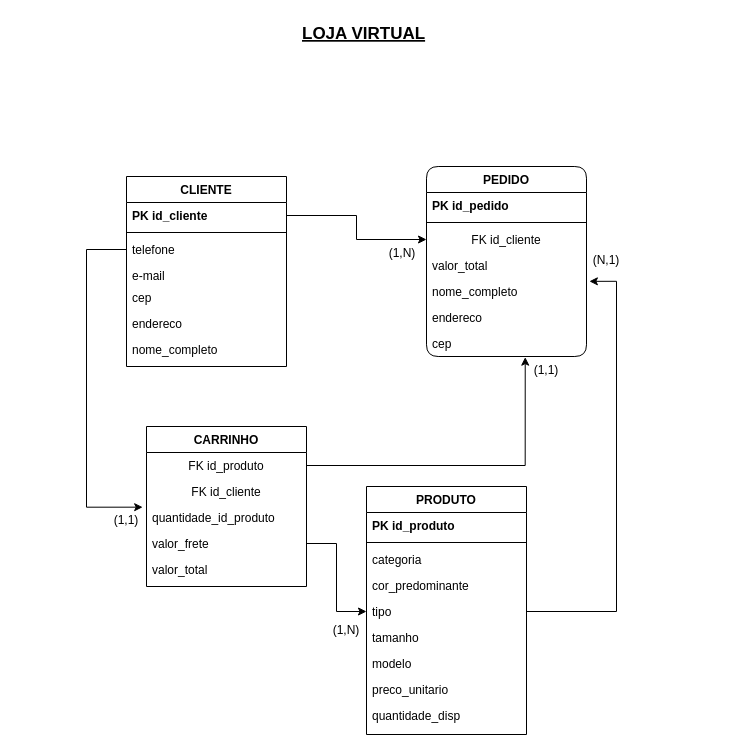
Earlier version of the draw.io diagram Diagrama sem nome.drawio (gustavo-plc/atlas). Source tidied: cells renumbered, new cells numbered last; positions are measured from the earlier drawing's top-left corner, leaving out a move shared by most shapes. Both pictures are drawn from the tidied source at 100%, with x=0, y=0 at pixel (86, 16).
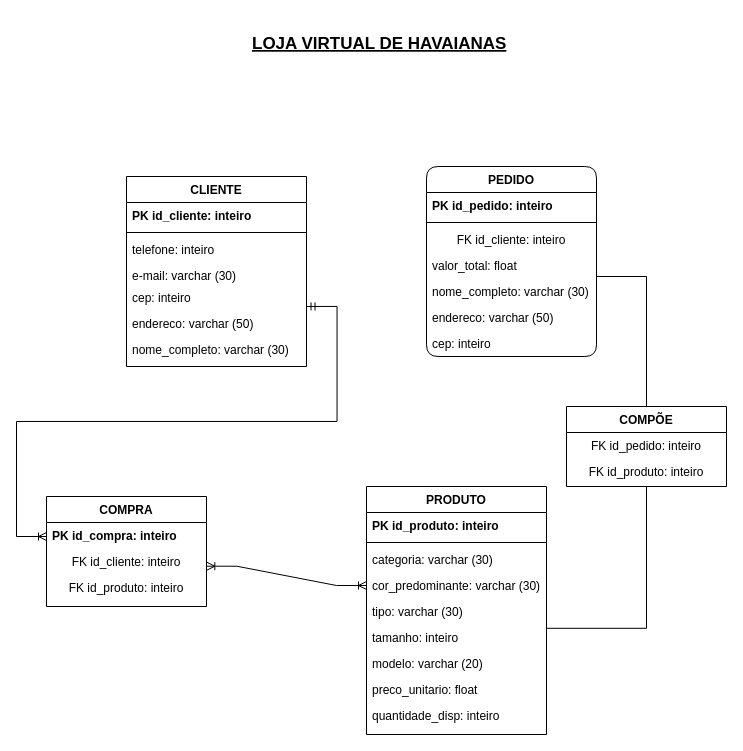
Above is the later version.

What changed in the source:
```diff
@@
     <mxCell id="2" value="CLIENTE" style="swimlane;fontStyle=1;align=center;verticalAlign=top;horizontal=1;startSize=26;rounded=0;shadow=0;strokeWidth=1;" parent="1" vertex="1">
-      <mxGeometry x="40" y="160" width="160" height="190" as="geometry" />
+      <mxGeometry x="40" y="160" width="180" height="190" as="geometry" />
     </mxCell>
-    <mxCell id="3" value="PK id_cliente" style="text;align=left;verticalAlign=top;spacingLeft=4;spacingRight=4;overflow=hidden;points=[[0,0.5],[1,0.5]];portConstraint=eastwest;fontStyle=1;" parent="2" vertex="1">
-      <mxGeometry y="26" width="160" height="26" as="geometry" />
+    <mxCell id="3" value="PK id_cliente: inteiro" style="text;align=left;verticalAlign=top;spacingLeft=4;spacingRight=4;overflow=hidden;points=[[0,0.5],[1,0.5]];portConstraint=eastwest;fontStyle=1;" parent="2" vertex="1">
+      <mxGeometry y="26" width="180" height="26" as="geometry" />
     </mxCell>
     <mxCell id="4" style="line;html=1;strokeWidth=1;align=left;verticalAlign=middle;spacingTop=-1;spacingLeft=3;spacingRight=3;labelPosition=right;" parent="2" vertex="1">
-      <mxGeometry y="52" width="160" height="8" as="geometry" />
+      <mxGeometry y="52" width="180" height="8" as="geometry" />
     </mxCell>
-    <mxCell id="5" value="telefone" style="text;align=left;verticalAlign=top;spacingLeft=4;spacingRight=4;overflow=hidden;points=[[0,0.5],[1,0.5]];portConstraint=eastwest;" parent="2" vertex="1">
-      <mxGeometry y="60" width="160" height="26" as="geometry" />
+    <mxCell id="5" value="telefone: inteiro" style="text;align=left;verticalAlign=top;spacingLeft=4;spacingRight=4;overflow=hidden;points=[[0,0.5],[1,0.5]];portConstraint=eastwest;" parent="2" vertex="1">
+      <mxGeometry y="60" width="180" height="26" as="geometry" />
     </mxCell>
-    <mxCell id="6" value="e-mail" style="text;align=left;verticalAlign=top;spacingLeft=4;spacingRight=4;overflow=hidden;" parent="2" vertex="1">
-      <mxGeometry y="86" width="160" height="22" as="geometry" />
+    <mxCell id="6" value="e-mail: varchar (30)" style="text;align=left;verticalAlign=top;spacingLeft=4;spacingRight=4;overflow=hidden;" parent="2" vertex="1">
+      <mxGeometry y="86" width="180" height="22" as="geometry" />
     </mxCell>
-    <mxCell id="7" value="cep" style="text;align=left;verticalAlign=top;spacingLeft=4;spacingRight=4;overflow=hidden;points=[[0,0.5],[1,0.5]];portConstraint=eastwest;" parent="2" vertex="1">
-      <mxGeometry y="108" width="160" height="26" as="geometry" />
+    <mxCell id="7" value="cep: inteiro" style="text;align=left;verticalAlign=top;spacingLeft=4;spacingRight=4;overflow=hidden;points=[[0,0.5],[1,0.5]];portConstraint=eastwest;" parent="2" vertex="1">
+      <mxGeometry y="108" width="180" height="26" as="geometry" />
     </mxCell>
-    <mxCell id="8" value="endereco" style="text;align=left;verticalAlign=top;spacingLeft=4;spacingRight=4;overflow=hidden;rounded=0;shadow=0;html=0;" parent="2" vertex="1">
-      <mxGeometry y="134" width="160" height="26" as="geometry" />
+    <mxCell id="8" value="endereco: varchar (50)" style="text;align=left;verticalAlign=top;spacingLeft=4;spacingRight=4;overflow=hidden;rounded=0;shadow=0;html=0;" parent="2" vertex="1">
+      <mxGeometry y="134" width="180" height="26" as="geometry" />
     </mxCell>
-    <mxCell id="9" value="nome_completo" style="text;align=left;verticalAlign=top;spacingLeft=4;spacingRight=4;overflow=hidden;rounded=0;shadow=0;html=0;" parent="2" vertex="1">
-      <mxGeometry y="160" width="160" height="26" as="geometry" />
+    <mxCell id="9" value="nome_completo: varchar (30)" style="text;align=left;verticalAlign=top;spacingLeft=4;spacingRight=4;overflow=hidden;rounded=0;shadow=0;html=0;" parent="2" vertex="1">
+      <mxGeometry y="160" width="180" height="26" as="geometry" />
     </mxCell>
-    <mxCell id="10" value="CARRINHO" style="swimlane;fontStyle=1;align=center;verticalAlign=top;horizontal=1;startSize=26;rounded=0;shadow=0;strokeWidth=1;" parent="1" vertex="1">
-      <mxGeometry x="60" y="410" width="160" height="160" as="geometry" />
-    </mxCell>
-    <mxCell id="11" value="FK id_produto" style="text;align=center;verticalAlign=top;spacingLeft=4;spacingRight=4;overflow=hidden;points=[[0,0.5],[1,0.5]];portConstraint=eastwest;" parent="10" vertex="1">
-      <mxGeometry y="26" width="160" height="26" as="geometry" />
-    </mxCell>
-    <mxCell id="12" value="FK id_cliente" style="text;align=center;verticalAlign=top;spacingLeft=4;spacingRight=4;overflow=hidden;" parent="10" vertex="1">
-      <mxGeometry y="52" width="160" height="26" as="geometry" />
-    </mxCell>
-    <mxCell id="13" value="quantidade_id_produto" style="text;align=left;verticalAlign=top;spacingLeft=4;spacingRight=4;overflow=hidden;points=[[0,0.5],[1,0.5]];portConstraint=eastwest;" parent="10" vertex="1">
-      <mxGeometry y="78" width="160" height="26" as="geometry" />
-    </mxCell>
-    <mxCell id="14" value="valor_frete" style="text;align=left;verticalAlign=top;spacingLeft=4;spacingRight=4;overflow=hidden;points=[[0,0.5],[1,0.5]];portConstraint=eastwest;" parent="10" vertex="1">
-      <mxGeometry y="104" width="160" height="26" as="geometry" />
-    </mxCell>
-    <mxCell id="15" value="valor_total" style="text;align=left;verticalAlign=top;spacingLeft=4;spacingRight=4;overflow=hidden;" parent="10" vertex="1">
-      <mxGeometry y="130" width="160" height="26" as="geometry" />
-    </mxCell>
     <mxCell id="16" value="PEDIDO" style="swimlane;fontStyle=1;align=center;verticalAlign=top;horizontal=1;startSize=26;rounded=1;shadow=0;strokeWidth=1;" parent="1" vertex="1">
-      <mxGeometry x="340" y="150" width="160" height="190" as="geometry" />
+      <mxGeometry x="340" y="150" width="170" height="190" as="geometry" />
     </mxCell>
-    <mxCell id="17" value="PK id_pedido" style="text;align=left;verticalAlign=top;spacingLeft=4;spacingRight=4;overflow=hidden;fontStyle=1;" parent="16" vertex="1">
-      <mxGeometry y="26" width="160" height="26" as="geometry" />
+    <mxCell id="17" value="PK id_pedido: inteiro" style="text;align=left;verticalAlign=top;spacingLeft=4;spacingRight=4;overflow=hidden;fontStyle=1;" parent="16" vertex="1">
+      <mxGeometry y="26" width="170" height="26" as="geometry" />
     </mxCell>
     <mxCell id="18" style="line;html=1;strokeWidth=1;align=left;verticalAlign=middle;spacingTop=-1;spacingLeft=3;spacingRight=3;labelPosition=right;" parent="16" vertex="1">
-      <mxGeometry y="52" width="160" height="8" as="geometry" />
+      <mxGeometry y="52" width="170" height="8" as="geometry" />
     </mxCell>
-    <mxCell id="19" value="FK id_cliente" style="text;align=center;verticalAlign=top;spacingLeft=4;spacingRight=4;overflow=hidden;points=[[0,0.5],[1,0.5]];portConstraint=eastwest;fontStyle=0;" parent="16" vertex="1">
-      <mxGeometry y="60" width="160" height="26" as="geometry" />
+    <mxCell id="19" value="FK id_cliente: inteiro" style="text;align=center;verticalAlign=top;spacingLeft=4;spacingRight=4;overflow=hidden;points=[[0,0.5],[1,0.5]];portConstraint=eastwest;fontStyle=0;" parent="16" vertex="1">
+      <mxGeometry y="60" width="170" height="26" as="geometry" />
     </mxCell>
-    <mxCell id="20" value="valor_total" style="text;align=left;verticalAlign=top;spacingLeft=4;spacingRight=4;overflow=hidden;points=[[0,0.5],[1,0.5]];portConstraint=eastwest;fontStyle=0;" parent="16" vertex="1">
-      <mxGeometry y="86" width="160" height="26" as="geometry" />
+    <mxCell id="20" value="valor_total: float" style="text;align=left;verticalAlign=top;spacingLeft=4;spacingRight=4;overflow=hidden;points=[[0,0.5],[1,0.5]];portConstraint=eastwest;fontStyle=0;" parent="16" vertex="1">
+      <mxGeometry y="86" width="170" height="26" as="geometry" />
     </mxCell>
-    <mxCell id="21" value="nome_completo" style="text;align=left;verticalAlign=top;spacingLeft=4;spacingRight=4;overflow=hidden;points=[[0,0.5],[1,0.5]];portConstraint=eastwest;fontStyle=0;" parent="16" vertex="1">
-      <mxGeometry y="112" width="160" height="26" as="geometry" />
+    <mxCell id="21" value="nome_completo: varchar (30)" style="text;align=left;verticalAlign=top;spacingLeft=4;spacingRight=4;overflow=hidden;points=[[0,0.5],[1,0.5]];portConstraint=eastwest;fontStyle=0;" parent="16" vertex="1">
+      <mxGeometry y="112" width="170" height="26" as="geometry" />
     </mxCell>
-    <mxCell id="22" value="endereco" style="text;align=left;verticalAlign=top;spacingLeft=4;spacingRight=4;overflow=hidden;fontStyle=0;" parent="16" vertex="1">
-      <mxGeometry y="138" width="160" height="26" as="geometry" />
+    <mxCell id="22" value="endereco: varchar (50)" style="text;align=left;verticalAlign=top;spacingLeft=4;spacingRight=4;overflow=hidden;fontStyle=0;" parent="16" vertex="1">
+      <mxGeometry y="138" width="170" height="26" as="geometry" />
     </mxCell>
-    <mxCell id="23" value="cep" style="text;align=left;verticalAlign=top;spacingLeft=4;spacingRight=4;overflow=hidden;points=[[0,0.5],[1,0.5]];portConstraint=eastwest;fontStyle=0;" parent="16" vertex="1">
-      <mxGeometry y="164" width="160" height="26" as="geometry" />
+    <mxCell id="23" value="cep: inteiro" style="text;align=left;verticalAlign=top;spacingLeft=4;spacingRight=4;overflow=hidden;points=[[0,0.5],[1,0.5]];portConstraint=eastwest;fontStyle=0;" parent="16" vertex="1">
+      <mxGeometry y="164" width="170" height="26" as="geometry" />
     </mxCell>
     <mxCell id="24" value="PRODUTO" style="swimlane;fontStyle=1;align=center;verticalAlign=top;horizontal=1;startSize=26;rounded=0;shadow=0;strokeWidth=1;" parent="1" vertex="1">
-      <mxGeometry x="280" y="470" width="160" height="248" as="geometry" />
+      <mxGeometry x="280" y="470" width="180" height="248" as="geometry" />
     </mxCell>
-    <mxCell id="25" value="PK id_produto" style="text;align=left;verticalAlign=top;spacingLeft=4;spacingRight=4;overflow=hidden;fontStyle=1;" parent="24" vertex="1">
-      <mxGeometry y="26" width="160" height="26" as="geometry" />
+    <mxCell id="25" value="PK id_produto: inteiro" style="text;align=left;verticalAlign=top;spacingLeft=4;spacingRight=4;overflow=hidden;fontStyle=1;" parent="24" vertex="1">
+      <mxGeometry y="26" width="180" height="26" as="geometry" />
     </mxCell>
     <mxCell id="26" style="line;html=1;strokeWidth=1;align=left;verticalAlign=middle;spacingTop=-1;spacingLeft=3;spacingRight=3;labelPosition=right;" parent="24" vertex="1">
-      <mxGeometry y="52" width="160" height="8" as="geometry" />
+      <mxGeometry y="52" width="180" height="8" as="geometry" />
     </mxCell>
-    <mxCell id="27" value="categoria" style="text;align=left;verticalAlign=top;spacingLeft=4;spacingRight=4;overflow=hidden;rounded=0;shadow=0;html=0;" parent="24" vertex="1">
-      <mxGeometry y="60" width="160" height="26" as="geometry" />
+    <mxCell id="27" value="categoria: varchar (30)" style="text;align=left;verticalAlign=top;spacingLeft=4;spacingRight=4;overflow=hidden;rounded=0;shadow=0;html=0;" parent="24" vertex="1">
+      <mxGeometry y="60" width="180" height="26" as="geometry" />
     </mxCell>
-    <mxCell id="28" value="cor_predominante" style="text;align=left;verticalAlign=top;spacingLeft=4;spacingRight=4;overflow=hidden;points=[[0,0.5],[1,0.5]];portConstraint=eastwest;rounded=0;shadow=0;html=0;" parent="24" vertex="1">
-      <mxGeometry y="86" width="160" height="26" as="geometry" />
+    <mxCell id="28" value="cor_predominante: varchar (30)" style="text;align=left;verticalAlign=top;spacingLeft=4;spacingRight=4;overflow=hidden;points=[[0,0.5],[1,0.5]];portConstraint=eastwest;rounded=0;shadow=0;html=0;" parent="24" vertex="1">
+      <mxGeometry y="86" width="180" height="26" as="geometry" />
     </mxCell>
-    <mxCell id="29" value="tipo" style="text;align=left;verticalAlign=top;spacingLeft=4;spacingRight=4;overflow=hidden;points=[[0,0.5],[1,0.5]];portConstraint=eastwest;rounded=0;shadow=0;html=0;" parent="24" vertex="1">
-      <mxGeometry y="112" width="160" height="26" as="geometry" />
+    <mxCell id="29" value="tipo: varchar (30)" style="text;align=left;verticalAlign=top;spacingLeft=4;spacingRight=4;overflow=hidden;points=[[0,0.5],[1,0.5]];portConstraint=eastwest;rounded=0;shadow=0;html=0;" parent="24" vertex="1">
+      <mxGeometry y="112" width="180" height="26" as="geometry" />
     </mxCell>
-    <mxCell id="30" value="tamanho" style="text;align=left;verticalAlign=top;spacingLeft=4;spacingRight=4;overflow=hidden;points=[[0,0.5],[1,0.5]];portConstraint=eastwest;rounded=0;shadow=0;html=0;" parent="24" vertex="1">
-      <mxGeometry y="138" width="160" height="26" as="geometry" />
+    <mxCell id="30" value="tamanho: inteiro" style="text;align=left;verticalAlign=top;spacingLeft=4;spacingRight=4;overflow=hidden;points=[[0,0.5],[1,0.5]];portConstraint=eastwest;rounded=0;shadow=0;html=0;" parent="24" vertex="1">
+      <mxGeometry y="138" width="180" height="26" as="geometry" />
     </mxCell>
-    <mxCell id="31" value="modelo" style="text;align=left;verticalAlign=top;spacingLeft=4;spacingRight=4;overflow=hidden;" parent="24" vertex="1">
-      <mxGeometry y="164" width="160" height="26" as="geometry" />
+    <mxCell id="31" value="modelo: varchar (20)" style="text;align=left;verticalAlign=top;spacingLeft=4;spacingRight=4;overflow=hidden;" parent="24" vertex="1">
+      <mxGeometry y="164" width="180" height="26" as="geometry" />
     </mxCell>
-    <mxCell id="32" value="preco_unitario" style="text;align=left;verticalAlign=top;spacingLeft=4;spacingRight=4;overflow=hidden;" parent="24" vertex="1">
-      <mxGeometry y="190" width="160" height="26" as="geometry" />
+    <mxCell id="32" value="preco_unitario: float" style="text;align=left;verticalAlign=top;spacingLeft=4;spacingRight=4;overflow=hidden;" parent="24" vertex="1">
+      <mxGeometry y="190" width="180" height="26" as="geometry" />
     </mxCell>
-    <mxCell id="33" value="quantidade_disp" style="text;align=left;verticalAlign=top;spacingLeft=4;spacingRight=4;overflow=hidden;" parent="24" vertex="1">
-      <mxGeometry y="216" width="160" height="32" as="geometry" />
+    <mxCell id="33" value="quantidade_disp: inteiro" style="text;align=left;verticalAlign=top;spacingLeft=4;spacingRight=4;overflow=hidden;" parent="24" vertex="1">
+      <mxGeometry y="216" width="180" height="32" as="geometry" />
     </mxCell>
-    <mxCell id="34" style="edgeStyle=orthogonalEdgeStyle;rounded=0;jettySize=auto;html=1;" parent="1" edge="1" source="3" target="19">
-      <mxGeometry relative="1" as="geometry" />
-    </mxCell>
-    <mxCell id="35" value="(1,N)" style="text;align=center;verticalAlign=top;spacingLeft=4;spacingRight=4;overflow=hidden;fontStyle=0;" parent="1" vertex="1">
-      <mxGeometry x="296" y="223" width="40" height="26" as="geometry" />
-    </mxCell>
-    <mxCell id="36" value="(1,1)" style="text;align=center;verticalAlign=top;spacingLeft=4;spacingRight=4;overflow=hidden;fontStyle=0;" parent="1" vertex="1">
-      <mxGeometry x="20" y="490" width="40" height="26" as="geometry" />
-    </mxCell>
-    <mxCell id="37" value="(1,1)" style="text;align=center;verticalAlign=top;spacingLeft=4;spacingRight=4;overflow=hidden;fontStyle=0;" parent="1" vertex="1">
-      <mxGeometry x="440" y="340" width="40" height="26" as="geometry" />
-    </mxCell>
-    <mxCell id="38" style="edgeStyle=orthogonalEdgeStyle;rounded=0;jettySize=auto;html=1;entryX=0;entryY=0.5;entryDx=0;entryDy=0;" parent="1" edge="1" source="14" target="29">
-      <mxGeometry relative="1" as="geometry" />
-    </mxCell>
-    <mxCell id="39" style="edgeStyle=orthogonalEdgeStyle;rounded=0;jettySize=auto;html=1;entryX=0.617;entryY=1.026;entryDx=0;entryDy=0;entryPerimeter=0;" parent="1" edge="1" source="11" target="23">
-      <mxGeometry relative="1" as="geometry" />
-    </mxCell>
-    <mxCell id="40" value="(N,1)" style="text;align=center;verticalAlign=top;spacingLeft=4;spacingRight=4;overflow=hidden;fontStyle=0;" parent="1" vertex="1">
-      <mxGeometry x="500" y="230" width="40" height="26" as="geometry" />
-    </mxCell>
-    <mxCell id="41" value="(1,N)" style="text;align=center;verticalAlign=top;spacingLeft=4;spacingRight=4;overflow=hidden;fontStyle=0;" parent="1" vertex="1">
-      <mxGeometry x="240" y="600" width="40" height="26" as="geometry" />
-    </mxCell>
-    <mxCell id="42" style="edgeStyle=orthogonalEdgeStyle;rounded=0;jettySize=auto;html=1;entryX=-0.024;entryY=0.103;entryDx=0;entryDy=0;entryPerimeter=0;" parent="1" edge="1" source="5" target="13">
-      <mxGeometry relative="1" as="geometry">
-        <Array as="points">
-          <mxPoint y="233" />
-          <mxPoint y="491" />
-        </Array>
-      </mxGeometry>
-    </mxCell>
-    <mxCell id="43" style="edgeStyle=orthogonalEdgeStyle;rounded=0;jettySize=auto;html=1;entryX=1.018;entryY=0.109;entryDx=0;entryDy=0;entryPerimeter=0;" parent="1" edge="1" source="29" target="21">
-      <mxGeometry relative="1" as="geometry">
-        <Array as="points">
-          <mxPoint x="530" y="595" />
-          <mxPoint x="530" y="265" />
-        </Array>
-      </mxGeometry>
+    <mxCell id="43" style="edgeStyle=orthogonalEdgeStyle;rounded=0;jettySize=auto;html=1;entryX=1;entryY=0.923;entryDx=0;entryDy=0;entryPerimeter=0;endArrow=none;endFill=0;exitX=0.5;exitY=0;exitDx=0;exitDy=0;" parent="1" edge="1" source="46" target="20">
+      <mxGeometry relative="1" as="geometry" />
     </mxCell>
-    <mxCell id="44" value="LOJA VIRTUAL" style="text;align=left;verticalAlign=top;spacingLeft=4;spacingRight=4;overflow=hidden;fontStyle=5;fontSize=17;" parent="1" vertex="1">
-      <mxGeometry x="210" width="160" height="26" as="geometry" />
+    <mxCell id="44" value="LOJA VIRTUAL DE HAVAIANAS" style="text;align=left;verticalAlign=top;spacingLeft=4;spacingRight=4;overflow=hidden;fontStyle=5;fontSize=17;" parent="1" vertex="1">
+      <mxGeometry x="160" y="10" width="270" height="26" as="geometry" />
     </mxCell>
+    <mxCell id="45" style="edgeStyle=orthogonalEdgeStyle;rounded=0;jettySize=auto;html=1;endArrow=none;endFill=0;exitX=1.003;exitY=0.146;exitDx=0;exitDy=0;exitPerimeter=0;entryX=0.5;entryY=1;entryDx=0;entryDy=0;" parent="1" edge="1" source="30" target="46">
+      <mxGeometry relative="1" as="geometry" />
+    </mxCell>
+    <mxCell id="46" value="COMPÕE" style="swimlane;fontStyle=1;align=center;verticalAlign=top;horizontal=1;startSize=26;rounded=0;shadow=0;strokeWidth=1;" parent="1" vertex="1">
+      <mxGeometry x="480" y="390" width="160" height="80" as="geometry" />
+    </mxCell>
+    <mxCell id="47" value="FK id_pedido: inteiro" style="text;align=center;verticalAlign=top;spacingLeft=4;spacingRight=4;overflow=hidden;fontStyle=0;" parent="46" vertex="1">
+      <mxGeometry y="26" width="160" height="26" as="geometry" />
+    </mxCell>
+    <mxCell id="48" value="FK id_produto: inteiro" style="text;align=center;verticalAlign=top;spacingLeft=4;spacingRight=4;overflow=hidden;fontStyle=0;" parent="46" vertex="1">
+      <mxGeometry y="52" width="160" height="26" as="geometry" />
+    </mxCell>
+    <mxCell id="49" value="COMPRA" style="swimlane;fontStyle=1;align=center;verticalAlign=top;horizontal=1;startSize=26;rounded=0;shadow=0;strokeWidth=1;" parent="1" vertex="1">
+      <mxGeometry x="-40" y="480" width="160" height="110" as="geometry" />
+    </mxCell>
+    <mxCell id="50" value="PK id_compra: inteiro" style="text;align=left;verticalAlign=top;spacingLeft=4;spacingRight=4;overflow=hidden;fontStyle=1;" parent="49" vertex="1">
+      <mxGeometry y="26" width="160" height="26" as="geometry" />
+    </mxCell>
+    <mxCell id="51" value="FK id_cliente: inteiro" style="text;align=center;verticalAlign=top;spacingLeft=4;spacingRight=4;overflow=hidden;points=[[0,0.5],[1,0.5]];portConstraint=eastwest;fontStyle=0;" parent="49" vertex="1">
+      <mxGeometry y="52" width="160" height="26" as="geometry" />
+    </mxCell>
+    <mxCell id="52" value="FK id_produto: inteiro" style="text;align=center;verticalAlign=top;spacingLeft=4;spacingRight=4;overflow=hidden;fontStyle=0;" parent="49" vertex="1">
+      <mxGeometry y="78" width="160" height="26" as="geometry" />
+    </mxCell>
+    <mxCell id="53" style="edgeStyle=entityRelationEdgeStyle;fontSize=12;html=1;endArrow=ERoneToMany;startArrow=ERoneToMany;rounded=0;entryX=0;entryY=0.5;entryDx=0;entryDy=0;startFill=0;exitX=1.002;exitY=0.681;exitDx=0;exitDy=0;exitPerimeter=0;" parent="1" edge="1" source="51" target="28">
+      <mxGeometry relative="1" as="geometry" />
+    </mxCell>
+    <mxCell id="54" style="edgeStyle=entityRelationEdgeStyle;fontSize=12;html=1;endArrow=ERoneToMany;startArrow=ERmandOne;rounded=0;exitX=1.003;exitY=0.844;exitDx=0;exitDy=0;exitPerimeter=0;" parent="1" edge="1" source="7">
+      <mxGeometry relative="1" as="geometry">
+        <mxPoint x="-40" y="520" as="targetPoint" />
+        <Array as="points">
+          <mxPoint x="20" y="450" />
+          <mxPoint x="-60" y="380" />
+          <mxPoint x="-60" y="480" />
+          <mxPoint y="310" />
+          <mxPoint x="-10" y="330" />
+          <mxPoint x="10" y="410" />
+        </Array>
+      </mxGeometry>
+    </mxCell>
```
